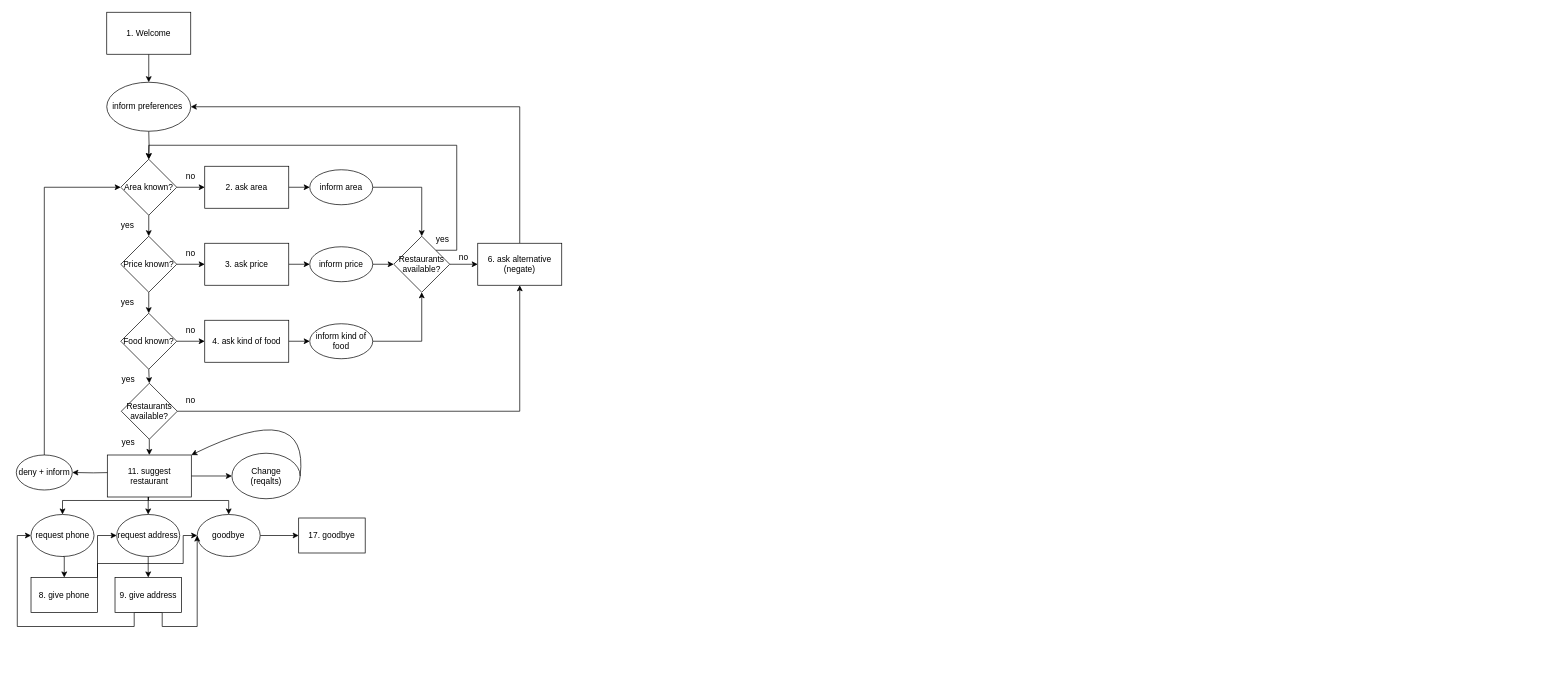
Above: data/Unbenanntes Diagramm.drawio in maxschwalenberg/methods_in_ai_research_03 (draw.io), before the change. Source tidied: cells renumbered, new cells numbered last; positions are measured from the earlier drawing's top-left corner, leaving out a move shared by most shapes. Both pictures are drawn from the tidied source at 70%, with x=0, y=0 at pixel (16, 12).
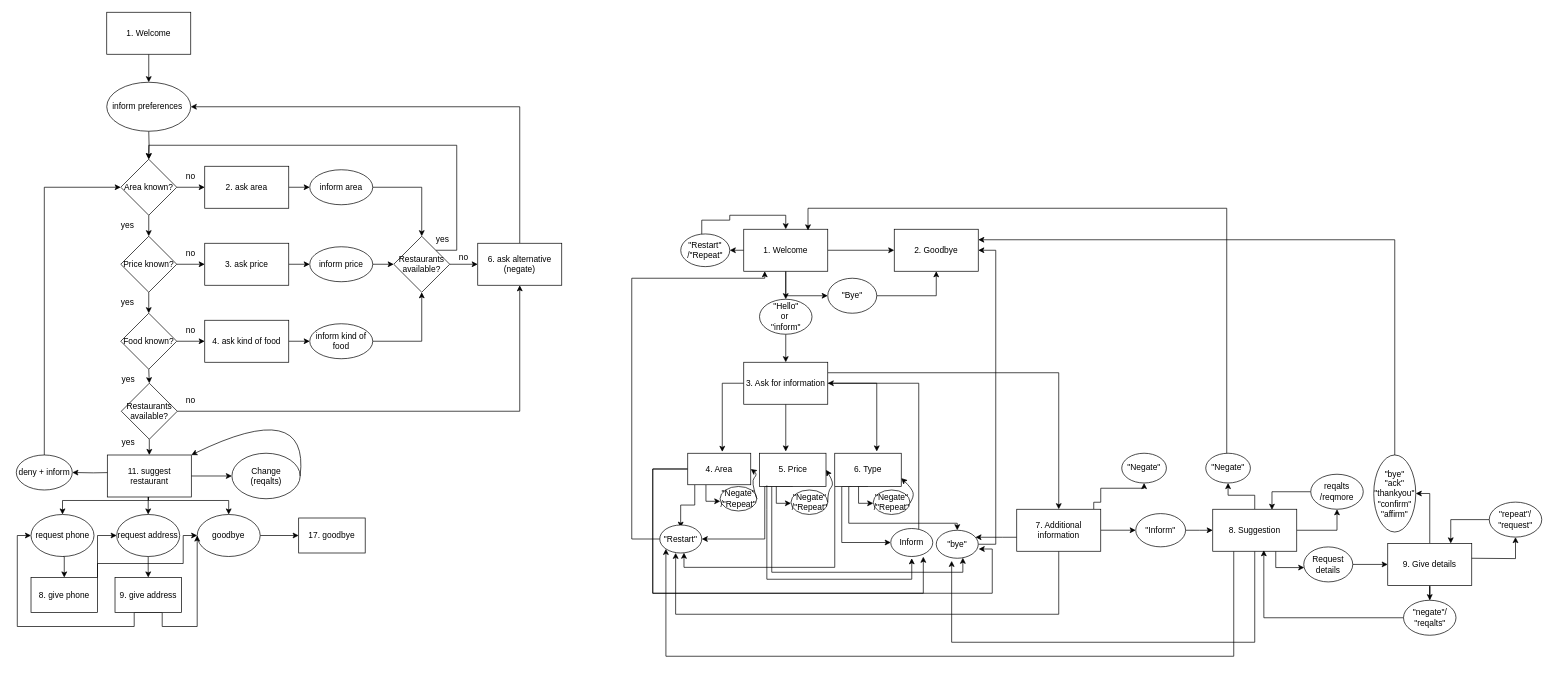
The same page after the edit.

Change to the diagram source:
```diff
@@
+    <mxCell id="69" style="edgeStyle=orthogonalEdgeStyle;rounded=0;jettySize=auto;html=1;entryX=0;entryY=0.5;entryDx=0;entryDy=0;" parent="1" edge="1" source="73" target="74">
+      <mxGeometry relative="1" as="geometry" />
+    </mxCell>
+    <mxCell id="70" style="edgeStyle=orthogonalEdgeStyle;rounded=0;jettySize=auto;html=1;entryX=0.5;entryY=0;entryDx=0;entryDy=0;" parent="1" edge="1" source="73" target="81">
+      <mxGeometry relative="1" as="geometry" />
+    </mxCell>
+    <mxCell id="71" style="edgeStyle=orthogonalEdgeStyle;rounded=0;jettySize=auto;html=1;entryX=0;entryY=0.5;entryDx=0;entryDy=0;" parent="1" edge="1" source="73" target="83">
+      <mxGeometry relative="1" as="geometry" />
+    </mxCell>
+    <mxCell id="72" style="edgeStyle=orthogonalEdgeStyle;rounded=0;jettySize=auto;html=1;" parent="1" edge="1" source="73" target="85">
+      <mxGeometry relative="1" as="geometry" />
+    </mxCell>
+    <mxCell id="73" value="1. Welcome" style="rounded=0;whiteSpace=wrap;html=1;direction=west;" parent="1" vertex="1">
+      <mxGeometry x="1039" y="310" width="120" height="60" as="geometry" />
+    </mxCell>
+    <mxCell id="74" value="2. Goodbye" style="rounded=0;whiteSpace=wrap;html=1;" parent="1" vertex="1">
+      <mxGeometry x="1254" y="310" width="120" height="60" as="geometry" />
+    </mxCell>
+    <mxCell id="75" style="edgeStyle=orthogonalEdgeStyle;rounded=0;jettySize=auto;html=1;entryX=0.548;entryY=-0.044;entryDx=0;entryDy=0;entryPerimeter=0;exitX=0;exitY=0.5;exitDx=0;exitDy=0;" parent="1" edge="1" source="79" target="90">
+      <mxGeometry relative="1" as="geometry" />
+    </mxCell>
+    <mxCell id="76" style="edgeStyle=orthogonalEdgeStyle;rounded=0;jettySize=auto;html=1;entryX=0.395;entryY=-0.053;entryDx=0;entryDy=0;entryPerimeter=0;" parent="1" edge="1" source="79" target="93">
+      <mxGeometry relative="1" as="geometry" />
+    </mxCell>
+    <mxCell id="77" style="edgeStyle=orthogonalEdgeStyle;rounded=0;jettySize=auto;html=1;exitX=1;exitY=0.5;exitDx=0;exitDy=0;entryX=0.632;entryY=-0.053;entryDx=0;entryDy=0;entryPerimeter=0;" parent="1" edge="1" source="79" target="97">
+      <mxGeometry relative="1" as="geometry" />
+    </mxCell>
+    <mxCell id="78" style="edgeStyle=orthogonalEdgeStyle;rounded=0;jettySize=auto;html=1;exitX=1;exitY=0.25;exitDx=0;exitDy=0;entryX=0.5;entryY=0;entryDx=0;entryDy=0;" parent="1" edge="1" source="79" target="117">
+      <mxGeometry relative="1" as="geometry">
+        <Array as="points">
+          <mxPoint x="1489" y="515" />
+        </Array>
+      </mxGeometry>
+    </mxCell>
+    <mxCell id="79" value="3. Ask for information" style="rounded=0;whiteSpace=wrap;html=1;" parent="1" vertex="1">
+      <mxGeometry x="1039" y="500" width="120" height="60" as="geometry" />
+    </mxCell>
+    <mxCell id="80" style="edgeStyle=orthogonalEdgeStyle;rounded=0;jettySize=auto;html=1;entryX=0.5;entryY=0;entryDx=0;entryDy=0;" parent="1" edge="1" source="81" target="79">
+      <mxGeometry relative="1" as="geometry" />
+    </mxCell>
+    <mxCell id="81" value="&quot;Hello&quot;&lt;br&gt;or&amp;nbsp;&lt;br&gt;&quot;inform&quot;" style="ellipse;whiteSpace=wrap;html=1;" parent="1" vertex="1">
+      <mxGeometry x="1061.5" y="410" width="75" height="50" as="geometry" />
+    </mxCell>
+    <mxCell id="82" style="edgeStyle=orthogonalEdgeStyle;rounded=0;jettySize=auto;html=1;entryX=0.5;entryY=1;entryDx=0;entryDy=0;" parent="1" edge="1" source="83" target="74">
+      <mxGeometry relative="1" as="geometry" />
+    </mxCell>
+    <mxCell id="83" value="&quot;Bye&quot;" style="ellipse;whiteSpace=wrap;html=1;" parent="1" vertex="1">
+      <mxGeometry x="1159" y="380" width="70" height="50" as="geometry" />
+    </mxCell>
+    <mxCell id="84" style="edgeStyle=orthogonalEdgeStyle;rounded=0;jettySize=auto;html=1;entryX=0.5;entryY=1;entryDx=0;entryDy=0;" parent="1" edge="1" source="85" target="73">
+      <mxGeometry relative="1" as="geometry">
+        <Array as="points">
+          <mxPoint x="979" y="297" />
+          <mxPoint x="1019" y="297" />
+          <mxPoint x="1019" y="290" />
+          <mxPoint x="1099" y="290" />
+        </Array>
+      </mxGeometry>
+    </mxCell>
+    <mxCell id="85" value="&quot;Restart&quot;&lt;br&gt;/&quot;Repeat&quot;" style="ellipse;whiteSpace=wrap;html=1;" parent="1" vertex="1">
+      <mxGeometry x="949" y="316.7" width="70" height="46.7" as="geometry" />
+    </mxCell>
+    <mxCell id="86" style="edgeStyle=orthogonalEdgeStyle;rounded=0;jettySize=auto;html=1;entryX=0.005;entryY=0.604;entryDx=0;entryDy=0;entryPerimeter=0;" parent="1" edge="1" source="90" target="104">
+      <mxGeometry relative="1" as="geometry">
+        <Array as="points">
+          <mxPoint x="985" y="699" />
+        </Array>
+      </mxGeometry>
+    </mxCell>
+    <mxCell id="87" style="edgeStyle=orthogonalEdgeStyle;rounded=0;jettySize=auto;html=1;entryX=0.498;entryY=0.096;entryDx=0;entryDy=0;entryPerimeter=0;" parent="1" edge="1" source="90" target="99">
+      <mxGeometry relative="1" as="geometry">
+        <Array as="points">
+          <mxPoint x="969" y="704" />
+          <mxPoint x="949" y="704" />
+        </Array>
+      </mxGeometry>
+    </mxCell>
+    <mxCell id="88" style="edgeStyle=orthogonalEdgeStyle;rounded=0;jettySize=auto;html=1;entryX=1.01;entryY=0.67;entryDx=0;entryDy=0;entryPerimeter=0;" parent="1" edge="1" source="90" target="101">
+      <mxGeometry relative="1" as="geometry">
+        <Array as="points">
+          <mxPoint x="909" y="653" />
+          <mxPoint x="909" y="830" />
+          <mxPoint x="1394" y="830" />
+          <mxPoint x="1394" y="767" />
+        </Array>
+      </mxGeometry>
+    </mxCell>
+    <mxCell id="89" style="edgeStyle=orthogonalEdgeStyle;rounded=0;jettySize=auto;html=1;entryX=0.775;entryY=1.007;entryDx=0;entryDy=0;entryPerimeter=0;" parent="1" edge="1" source="90" target="103">
+      <mxGeometry relative="1" as="geometry">
+        <Array as="points">
+          <mxPoint x="909" y="653" />
+          <mxPoint x="909" y="830" />
+          <mxPoint x="1296" y="830" />
+        </Array>
+      </mxGeometry>
+    </mxCell>
+    <mxCell id="90" value="4. Area" style="rounded=0;whiteSpace=wrap;html=1;" parent="1" vertex="1">
+      <mxGeometry x="959" y="630" width="90" height="45" as="geometry" />
+    </mxCell>
+    <mxCell id="91" style="edgeStyle=orthogonalEdgeStyle;rounded=0;jettySize=auto;html=1;entryX=0.633;entryY=0.982;entryDx=0;entryDy=0;entryPerimeter=0;exitX=0.056;exitY=0.989;exitDx=0;exitDy=0;exitPerimeter=0;" parent="1" edge="1" source="93" target="101">
+      <mxGeometry relative="1" as="geometry">
+        <Array as="points">
+          <mxPoint x="1079" y="677" />
+          <mxPoint x="1079" y="800" />
+          <mxPoint x="1352" y="800" />
+        </Array>
+      </mxGeometry>
+    </mxCell>
+    <mxCell id="92" style="edgeStyle=orthogonalEdgeStyle;rounded=0;jettySize=auto;html=1;exitX=0.5;exitY=1;exitDx=0;exitDy=0;entryX=1;entryY=0.5;entryDx=0;entryDy=0;" parent="1" edge="1" source="93" target="99">
+      <mxGeometry relative="1" as="geometry">
+        <Array as="points">
+          <mxPoint x="1069" y="678" />
+          <mxPoint x="1069" y="753" />
+        </Array>
+      </mxGeometry>
+    </mxCell>
+    <mxCell id="93" value="5. Price" style="rounded=0;whiteSpace=wrap;html=1;" parent="1" vertex="1">
+      <mxGeometry x="1061.5" y="630" width="95" height="47.5" as="geometry" />
+    </mxCell>
+    <mxCell id="94" style="edgeStyle=orthogonalEdgeStyle;rounded=0;jettySize=auto;html=1;exitX=0.25;exitY=1;exitDx=0;exitDy=0;entryX=0;entryY=0.5;entryDx=0;entryDy=0;" parent="1" edge="1" source="97" target="103">
+      <mxGeometry relative="1" as="geometry">
+        <Array as="points">
+          <mxPoint x="1179" y="678" />
+          <mxPoint x="1179" y="758" />
+        </Array>
+      </mxGeometry>
+    </mxCell>
+    <mxCell id="95" style="edgeStyle=orthogonalEdgeStyle;rounded=0;jettySize=auto;html=1;exitX=0.5;exitY=1;exitDx=0;exitDy=0;" parent="1" edge="1" source="97" target="101">
+      <mxGeometry relative="1" as="geometry">
+        <Array as="points">
+          <mxPoint x="1189" y="678" />
+          <mxPoint x="1189" y="730" />
+          <mxPoint x="1344" y="730" />
+        </Array>
+      </mxGeometry>
+    </mxCell>
+    <mxCell id="96" style="edgeStyle=orthogonalEdgeStyle;rounded=0;jettySize=auto;html=1;entryX=0.577;entryY=0.989;entryDx=0;entryDy=0;entryPerimeter=0;" parent="1" edge="1" source="97" target="99">
+      <mxGeometry relative="1" as="geometry">
+        <Array as="points">
+          <mxPoint x="1169" y="793" />
+          <mxPoint x="954" y="793" />
+        </Array>
+      </mxGeometry>
+    </mxCell>
+    <mxCell id="97" value="6. Type" style="rounded=0;whiteSpace=wrap;html=1;" parent="1" vertex="1">
+      <mxGeometry x="1169" y="630" width="95" height="47.5" as="geometry" />
+    </mxCell>
+    <mxCell id="98" style="edgeStyle=orthogonalEdgeStyle;rounded=0;jettySize=auto;html=1;entryX=0.75;entryY=0;entryDx=0;entryDy=0;" parent="1" edge="1" source="99" target="73">
+      <mxGeometry relative="1" as="geometry">
+        <Array as="points">
+          <mxPoint x="879" y="753" />
+          <mxPoint x="879" y="380" />
+          <mxPoint x="1069" y="380" />
+        </Array>
+      </mxGeometry>
+    </mxCell>
+    <mxCell id="99" value="&quot;Restart&quot;" style="ellipse;whiteSpace=wrap;html=1;" parent="1" vertex="1">
+      <mxGeometry x="919" y="732.5" width="60" height="40" as="geometry" />
+    </mxCell>
+    <mxCell id="100" style="edgeStyle=orthogonalEdgeStyle;rounded=0;jettySize=auto;html=1;entryX=1;entryY=0.5;entryDx=0;entryDy=0;" parent="1" edge="1" source="101" target="74">
+      <mxGeometry relative="1" as="geometry">
+        <Array as="points">
+          <mxPoint x="1399" y="760" />
+          <mxPoint x="1399" y="340" />
+        </Array>
+      </mxGeometry>
+    </mxCell>
+    <mxCell id="101" value="&quot;bye&quot;" style="ellipse;whiteSpace=wrap;html=1;" parent="1" vertex="1">
+      <mxGeometry x="1314" y="740" width="60" height="40" as="geometry" />
+    </mxCell>
+    <mxCell id="102" style="edgeStyle=orthogonalEdgeStyle;rounded=0;jettySize=auto;html=1;entryX=1;entryY=0.5;entryDx=0;entryDy=0;" parent="1" edge="1" source="103" target="79">
+      <mxGeometry relative="1" as="geometry">
+        <Array as="points">
+          <mxPoint x="1289" y="530" />
+        </Array>
+      </mxGeometry>
+    </mxCell>
+    <mxCell id="103" value="Inform" style="ellipse;whiteSpace=wrap;html=1;" parent="1" vertex="1">
+      <mxGeometry x="1249" y="737.5" width="60" height="40" as="geometry" />
+    </mxCell>
+    <mxCell id="104" value="&quot;Negate&quot;&lt;br&gt;/&quot;Repeat&quot;" style="ellipse;whiteSpace=wrap;html=1;" parent="1" vertex="1">
+      <mxGeometry x="1005.2" y="677.5" width="52.5" height="35" as="geometry" />
+    </mxCell>
+    <mxCell id="105" value="&quot;Negate&quot;&lt;br&gt;/&quot;Repeat&quot;" style="ellipse;whiteSpace=wrap;html=1;" parent="1" vertex="1">
+      <mxGeometry x="1106.5" y="682.5" width="52.5" height="35" as="geometry" />
+    </mxCell>
+    <mxCell id="106" value="&quot;Negate&quot;&lt;br&gt;/&quot;Repeat&quot;" style="ellipse;whiteSpace=wrap;html=1;" parent="1" vertex="1">
+      <mxGeometry x="1224" y="682.5" width="52.5" height="35" as="geometry" />
+    </mxCell>
+    <mxCell id="107" style="curved=1;endArrow=classic;html=1;rounded=0;entryX=1;entryY=0.5;entryDx=0;entryDy=0;exitX=1;exitY=0.5;exitDx=0;exitDy=0;" parent="1" edge="1" source="104" target="90">
+      <mxGeometry relative="1" as="geometry">
+        <Array as="points">
+          <mxPoint x="1049" y="670" />
+          <mxPoint x="1059" y="660" />
+        </Array>
+      </mxGeometry>
+    </mxCell>
+    <mxCell id="108" style="curved=1;endArrow=classic;html=1;rounded=0;exitX=1;exitY=0.5;exitDx=0;exitDy=0;entryX=1;entryY=0.5;entryDx=0;entryDy=0;" parent="1" edge="1" source="105" target="93">
+      <mxGeometry relative="1" as="geometry">
+        <Array as="points">
+          <mxPoint x="1159" y="683.5" />
+          <mxPoint x="1169" y="673.5" />
+        </Array>
+      </mxGeometry>
+    </mxCell>
+    <mxCell id="109" style="curved=1;endArrow=classic;html=1;rounded=0;entryX=1;entryY=0.75;entryDx=0;entryDy=0;" parent="1" edge="1" target="97">
+      <mxGeometry relative="1" as="geometry">
+        <mxPoint x="1276.5" y="701" as="sourcePoint" />
+        <Array as="points">
+          <mxPoint x="1282.5" y="692" />
+          <mxPoint x="1279" y="680" />
+        </Array>
+      </mxGeometry>
+    </mxCell>
+    <mxCell id="110" style="edgeStyle=orthogonalEdgeStyle;rounded=0;orthogonalLoop=1;jettySize=auto;html=1;entryX=0.005;entryY=0.604;entryDx=0;entryDy=0;entryPerimeter=0;" parent="1" edge="1">
+      <mxGeometry relative="1" as="geometry">
+        <mxPoint x="1085.5" y="677.5" as="sourcePoint" />
+        <mxPoint x="1106.5" y="701.5" as="targetPoint" />
+        <Array as="points">
+          <mxPoint x="1085.5" y="701.5" />
+        </Array>
+      </mxGeometry>
+    </mxCell>
+    <mxCell id="111" style="edgeStyle=orthogonalEdgeStyle;rounded=0;orthogonalLoop=1;jettySize=auto;html=1;entryX=0.005;entryY=0.604;entryDx=0;entryDy=0;entryPerimeter=0;" parent="1" edge="1">
+      <mxGeometry relative="1" as="geometry">
+        <mxPoint x="1203" y="677.5" as="sourcePoint" />
+        <mxPoint x="1224" y="701.5" as="targetPoint" />
+        <Array as="points">
+          <mxPoint x="1203" y="701.5" />
+        </Array>
+      </mxGeometry>
+    </mxCell>
+    <mxCell id="112" style="edgeStyle=orthogonalEdgeStyle;rounded=0;orthogonalLoop=1;jettySize=auto;html=1;" parent="1" edge="1">
+      <mxGeometry relative="1" as="geometry">
+        <mxPoint x="1072" y="676" as="sourcePoint" />
+        <mxPoint x="1279" y="780" as="targetPoint" />
+        <Array as="points">
+          <mxPoint x="1072" y="710" />
+          <mxPoint x="1072" y="810" />
+          <mxPoint x="1362" y="810" />
+        </Array>
+      </mxGeometry>
+    </mxCell>
+    <mxCell id="113" style="edgeStyle=orthogonalEdgeStyle;rounded=0;jettySize=auto;html=1;" parent="1" edge="1" source="117" target="101">
+      <mxGeometry relative="1" as="geometry">
+        <Array as="points">
+          <mxPoint x="1409" y="750" />
+          <mxPoint x="1409" y="750" />
+        </Array>
+      </mxGeometry>
+    </mxCell>
+    <mxCell id="114" style="edgeStyle=orthogonalEdgeStyle;rounded=0;jettySize=auto;html=1;entryX=0.379;entryY=0.995;entryDx=0;entryDy=0;entryPerimeter=0;" parent="1" edge="1" source="117" target="99">
+      <mxGeometry relative="1" as="geometry">
+        <Array as="points">
+          <mxPoint x="1489" y="860" />
+          <mxPoint x="942" y="860" />
+        </Array>
+      </mxGeometry>
+    </mxCell>
+    <mxCell id="115" style="edgeStyle=orthogonalEdgeStyle;rounded=0;jettySize=auto;html=1;entryX=0;entryY=0.5;entryDx=0;entryDy=0;" parent="1" edge="1" source="117" target="120">
+      <mxGeometry relative="1" as="geometry" />
+    </mxCell>
+    <mxCell id="116" style="edgeStyle=orthogonalEdgeStyle;rounded=0;jettySize=auto;html=1;entryX=0.5;entryY=1;entryDx=0;entryDy=0;" parent="1" edge="1" source="117" target="118">
+      <mxGeometry relative="1" as="geometry">
+        <Array as="points">
+          <mxPoint x="1539" y="700" />
+          <mxPoint x="1549" y="700" />
+          <mxPoint x="1549" y="680" />
+          <mxPoint x="1611" y="680" />
+        </Array>
+      </mxGeometry>
+    </mxCell>
+    <mxCell id="117" value="7. Additional information" style="rounded=0;whiteSpace=wrap;html=1;" parent="1" vertex="1">
+      <mxGeometry x="1429" y="710" width="120" height="60" as="geometry" />
+    </mxCell>
+    <mxCell id="118" value="&quot;Negate&quot;" style="ellipse;whiteSpace=wrap;html=1;" parent="1" vertex="1">
+      <mxGeometry x="1579" y="630" width="63.8" height="42.5" as="geometry" />
+    </mxCell>
+    <mxCell id="119" style="edgeStyle=orthogonalEdgeStyle;rounded=0;jettySize=auto;html=1;entryX=0;entryY=0.5;entryDx=0;entryDy=0;" parent="1" edge="1" source="120" target="126">
+      <mxGeometry relative="1" as="geometry" />
+    </mxCell>
+    <mxCell id="120" value="&quot;Inform&quot;" style="ellipse;whiteSpace=wrap;html=1;" parent="1" vertex="1">
+      <mxGeometry x="1599" y="716.2" width="71.2" height="47.5" as="geometry" />
+    </mxCell>
+    <mxCell id="121" style="edgeStyle=orthogonalEdgeStyle;rounded=0;jettySize=auto;html=1;entryX=0.367;entryY=1.094;entryDx=0;entryDy=0;entryPerimeter=0;" parent="1" edge="1" source="126" target="101">
+      <mxGeometry relative="1" as="geometry">
+        <Array as="points">
+          <mxPoint x="1769" y="900" />
+          <mxPoint x="1336" y="900" />
+        </Array>
+      </mxGeometry>
+    </mxCell>
+    <mxCell id="122" style="edgeStyle=orthogonalEdgeStyle;rounded=0;jettySize=auto;html=1;exitX=0.25;exitY=1;exitDx=0;exitDy=0;entryX=0;entryY=1;entryDx=0;entryDy=0;" parent="1" edge="1" source="126" target="99">
+      <mxGeometry relative="1" as="geometry">
+        <Array as="points">
+          <mxPoint x="1739" y="920" />
+          <mxPoint x="928" y="920" />
+        </Array>
+      </mxGeometry>
+    </mxCell>
+    <mxCell id="123" style="edgeStyle=orthogonalEdgeStyle;rounded=0;jettySize=auto;html=1;entryX=0.5;entryY=1;entryDx=0;entryDy=0;" parent="1" edge="1" source="126" target="128">
+      <mxGeometry relative="1" as="geometry" />
+    </mxCell>
+    <mxCell id="124" style="edgeStyle=orthogonalEdgeStyle;rounded=0;jettySize=auto;html=1;entryX=0.5;entryY=1;entryDx=0;entryDy=0;" parent="1" edge="1" source="126" target="130">
+      <mxGeometry relative="1" as="geometry" />
+    </mxCell>
+    <mxCell id="125" style="edgeStyle=orthogonalEdgeStyle;rounded=0;jettySize=auto;html=1;exitX=0.75;exitY=1;exitDx=0;exitDy=0;entryX=0.01;entryY=0.591;entryDx=0;entryDy=0;entryPerimeter=0;" parent="1" edge="1" source="126" target="132">
+      <mxGeometry relative="1" as="geometry" />
+    </mxCell>
+    <mxCell id="126" value="8. Suggestion" style="rounded=0;whiteSpace=wrap;html=1;" parent="1" vertex="1">
+      <mxGeometry x="1709" y="710" width="120" height="60" as="geometry" />
+    </mxCell>
+    <mxCell id="127" style="edgeStyle=orthogonalEdgeStyle;rounded=0;jettySize=auto;html=1;entryX=0.235;entryY=0.972;entryDx=0;entryDy=0;entryPerimeter=0;" parent="1" edge="1" source="128" target="73">
+      <mxGeometry relative="1" as="geometry">
+        <Array as="points">
+          <mxPoint x="1729" y="280" />
+          <mxPoint x="1131" y="280" />
+        </Array>
+      </mxGeometry>
+    </mxCell>
+    <mxCell id="128" value="&quot;Negate&quot;" style="ellipse;whiteSpace=wrap;html=1;" parent="1" vertex="1">
+      <mxGeometry x="1699" y="630" width="63.8" height="42.5" as="geometry" />
+    </mxCell>
+    <mxCell id="129" style="edgeStyle=orthogonalEdgeStyle;rounded=0;jettySize=auto;html=1;entryX=0.705;entryY=0.013;entryDx=0;entryDy=0;entryPerimeter=0;" parent="1" edge="1" source="130" target="126">
+      <mxGeometry relative="1" as="geometry" />
+    </mxCell>
+    <mxCell id="130" value="reqalts&lt;br&gt;/reqmore" style="ellipse;whiteSpace=wrap;html=1;" parent="1" vertex="1">
+      <mxGeometry x="1849" y="660" width="75" height="50" as="geometry" />
+    </mxCell>
+    <mxCell id="131" style="edgeStyle=orthogonalEdgeStyle;rounded=0;jettySize=auto;html=1;entryX=0;entryY=0.5;entryDx=0;entryDy=0;" parent="1" edge="1" source="132" target="135">
+      <mxGeometry relative="1" as="geometry" />
+    </mxCell>
+    <mxCell id="132" value="Request&lt;br&gt;details" style="ellipse;whiteSpace=wrap;html=1;" parent="1" vertex="1">
+      <mxGeometry x="1839" y="763.8" width="70" height="50" as="geometry" />
+    </mxCell>
+    <mxCell id="133" style="edgeStyle=orthogonalEdgeStyle;rounded=0;jettySize=auto;html=1;entryX=1;entryY=0.5;entryDx=0;entryDy=0;" parent="1" edge="1" source="135" target="137">
+      <mxGeometry relative="1" as="geometry" />
+    </mxCell>
+    <mxCell id="134" style="edgeStyle=orthogonalEdgeStyle;rounded=0;jettySize=auto;html=1;entryX=0.5;entryY=0;entryDx=0;entryDy=0;" parent="1" edge="1" source="135" target="142">
+      <mxGeometry relative="1" as="geometry" />
+    </mxCell>
+    <mxCell id="135" value="9. Give details" style="rounded=0;whiteSpace=wrap;html=1;" parent="1" vertex="1">
+      <mxGeometry x="1959" y="758.8" width="120" height="60" as="geometry" />
+    </mxCell>
+    <mxCell id="136" style="edgeStyle=orthogonalEdgeStyle;rounded=0;jettySize=auto;html=1;entryX=1;entryY=0.25;entryDx=0;entryDy=0;" parent="1" edge="1" source="137" target="74">
+      <mxGeometry relative="1" as="geometry">
+        <Array as="points">
+          <mxPoint x="1969" y="325" />
+        </Array>
+      </mxGeometry>
+    </mxCell>
+    <mxCell id="137" value="&quot;bye&quot;&lt;br&gt;&quot;ack&quot;&lt;br&gt;&quot;thankyou&quot;&lt;br&gt;&quot;confirm&quot;&lt;br&gt;&quot;affirm&quot;" style="ellipse;whiteSpace=wrap;html=1;" parent="1" vertex="1">
+      <mxGeometry x="1939" y="632.5" width="60" height="110" as="geometry" />
+    </mxCell>
+    <mxCell id="138" style="edgeStyle=orthogonalEdgeStyle;rounded=0;jettySize=auto;html=1;entryX=0.5;entryY=1;entryDx=0;entryDy=0;" parent="1" edge="1" target="140">
+      <mxGeometry relative="1" as="geometry">
+        <mxPoint x="2079" y="780" as="sourcePoint" />
+      </mxGeometry>
+    </mxCell>
+    <mxCell id="139" style="edgeStyle=orthogonalEdgeStyle;rounded=0;jettySize=auto;html=1;entryX=0.75;entryY=0;entryDx=0;entryDy=0;" parent="1" edge="1" source="140" target="135">
+      <mxGeometry relative="1" as="geometry" />
+    </mxCell>
+    <mxCell id="140" value="&quot;repeat&quot;/&lt;br&gt;&quot;request&quot;" style="ellipse;whiteSpace=wrap;html=1;" parent="1" vertex="1">
+      <mxGeometry x="2104" y="699.8" width="75" height="50" as="geometry" />
+    </mxCell>
+    <mxCell id="141" style="edgeStyle=orthogonalEdgeStyle;rounded=0;jettySize=auto;html=1;entryX=0.608;entryY=0.975;entryDx=0;entryDy=0;entryPerimeter=0;" parent="1" edge="1" source="142" target="126">
+      <mxGeometry relative="1" as="geometry" />
+    </mxCell>
+    <mxCell id="142" value="&quot;negate&quot;/&lt;br&gt;&quot;reqalts&quot;" style="ellipse;whiteSpace=wrap;html=1;" parent="1" vertex="1">
+      <mxGeometry x="1981.5" y="840" width="75" height="50" as="geometry" />
+    </mxCell>
```
